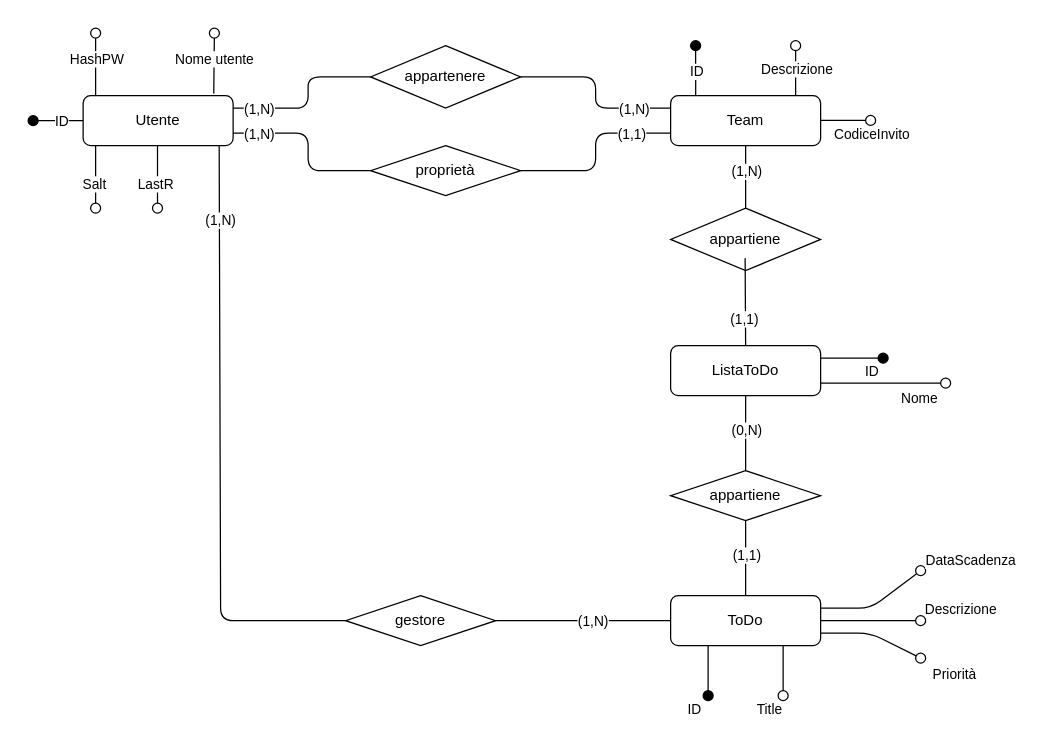
This is ERdiagram.drawio from Slasto/TaskTeam, a draw.io file, before an edit. Source tidied: cells renumbered, new cells numbered last; positions are measured from the earlier drawing's top-left corner, leaving out a move shared by most shapes. Both pictures are drawn from the tidied source at 125%, with x=0, y=0 at pixel (32, 32).
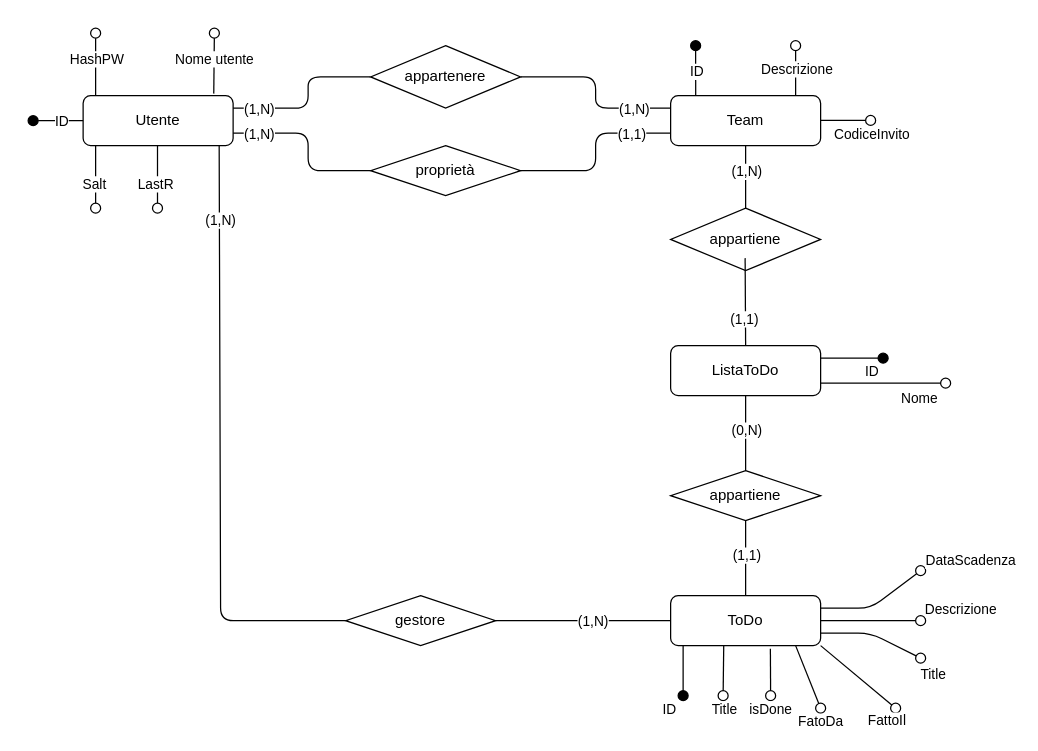
Above is the later version.

The change refers to these unchanged cells:
```xml
<mxCell id="3" value="ToDo" style="rounded=1;whiteSpace=wrap;html=1;gradientColor=none;shadow=0;glass=0;" parent="1" vertex="1">
  <mxGeometry x="510" y="450" width="120" height="40" as="geometry" />
</mxCell>
<mxCell id="57" style="html=1;verticalAlign=bottom;labelBackgroundColor=none;endArrow=oval;endFill=0;endSize=8;exitX=1;exitY=0.75;exitDx=0;exitDy=0;" parent="1" edge="1" source="3">
  <mxGeometry relative="1" as="geometry">
    <mxPoint x="710" y="500" as="targetPoint" />
    <Array as="points">
      <mxPoint x="670" y="480" />
    </Array>
  </mxGeometry>
</mxCell>
```

Change to the diagram source:
```diff
@@
-    <mxCell id="49" style="html=1;verticalAlign=bottom;labelBackgroundColor=none;endArrow=oval;endFill=1;endSize=8;exitX=0.25;exitY=1;exitDx=0;exitDy=0;" parent="1" edge="1" source="3">
+    <mxCell id="49" style="html=1;verticalAlign=bottom;labelBackgroundColor=none;endArrow=oval;endFill=1;endSize=8;" parent="1" edge="1">
       <mxGeometry relative="1" as="geometry">
-        <mxPoint x="540" y="530" as="targetPoint" />
+        <mxPoint x="520" y="490" as="sourcePoint" />
+        <mxPoint x="520" y="530" as="targetPoint" />
       </mxGeometry>
     </mxCell>
@@
-    <mxCell id="51" style="html=1;verticalAlign=bottom;labelBackgroundColor=none;endArrow=oval;endFill=0;endSize=8;exitX=0.75;exitY=1;exitDx=0;exitDy=0;" parent="1" edge="1" source="3">
+    <mxCell id="51" style="html=1;verticalAlign=bottom;labelBackgroundColor=none;endArrow=oval;endFill=0;endSize=8;exitX=0.354;exitY=1.004;exitDx=0;exitDy=0;exitPerimeter=0;" parent="1" edge="1" source="3">
       <mxGeometry relative="1" as="geometry">
-        <mxPoint x="600" y="530" as="targetPoint" />
+        <mxPoint x="552" y="530" as="targetPoint" />
       </mxGeometry>
     </mxCell>
     <mxCell id="52" value="Title" style="edgeLabel;html=1;align=center;verticalAlign=middle;" parent="51" vertex="1">
       <mxGeometry x="0.67" y="1" relative="1" as="geometry">
-        <mxPoint x="-13" y="17" as="offset" />
+        <mxPoint x="-1" y="17" as="offset" />
       </mxGeometry>
     </mxCell>
@@
-    <mxCell id="58" value="Priorità" style="edgeLabel;html=1;align=center;verticalAlign=middle;" parent="57" vertex="1">
+    <mxCell id="58" value="Title" style="edgeLabel;html=1;align=center;verticalAlign=middle;" parent="57" vertex="1">
       <mxGeometry x="0.54" y="-1" relative="1" as="geometry">
-        <mxPoint x="45" y="20" as="offset" />
+        <mxPoint x="28" y="20" as="offset" />
       </mxGeometry>
     </mxCell>
@@
+    <mxCell id="61" style="html=1;verticalAlign=bottom;labelBackgroundColor=none;endArrow=oval;endFill=0;endSize=8;exitX=0.665;exitY=1.061;exitDx=0;exitDy=0;exitPerimeter=0;" parent="1" edge="1" source="3">
+      <mxGeometry relative="1" as="geometry">
+        <mxPoint x="590" y="530" as="targetPoint" />
+      </mxGeometry>
+    </mxCell>
+    <mxCell id="62" value="isDone" style="edgeLabel;html=1;align=center;verticalAlign=middle;" parent="61" vertex="1">
+      <mxGeometry x="0.67" y="1" relative="1" as="geometry">
+        <mxPoint x="-1" y="17" as="offset" />
+      </mxGeometry>
+    </mxCell>
+    <mxCell id="63" style="html=1;verticalAlign=bottom;labelBackgroundColor=none;endArrow=oval;endFill=0;endSize=8;" parent="1" edge="1">
+      <mxGeometry relative="1" as="geometry">
+        <mxPoint x="610" y="490" as="sourcePoint" />
+        <mxPoint x="630" y="540" as="targetPoint" />
+      </mxGeometry>
+    </mxCell>
+    <mxCell id="64" value="FatoDa" style="edgeLabel;html=1;align=center;verticalAlign=middle;" parent="63" vertex="1">
+      <mxGeometry x="0.67" y="1" relative="1" as="geometry">
+        <mxPoint x="2" y="19" as="offset" />
+      </mxGeometry>
+    </mxCell>
+    <mxCell id="65" style="html=1;verticalAlign=bottom;labelBackgroundColor=none;endArrow=oval;endFill=0;endSize=8;" parent="1" edge="1">
+      <mxGeometry relative="1" as="geometry">
+        <mxPoint x="630" y="490" as="sourcePoint" />
+        <mxPoint x="690" y="540" as="targetPoint" />
+      </mxGeometry>
+    </mxCell>
+    <mxCell id="66" value="FattoIl&lt;br&gt;                " style="edgeLabel;html=1;align=center;verticalAlign=middle;" parent="65" vertex="1">
+      <mxGeometry x="0.67" y="1" relative="1" as="geometry">
+        <mxPoint x="2" y="19" as="offset" />
+      </mxGeometry>
+    </mxCell>
```
